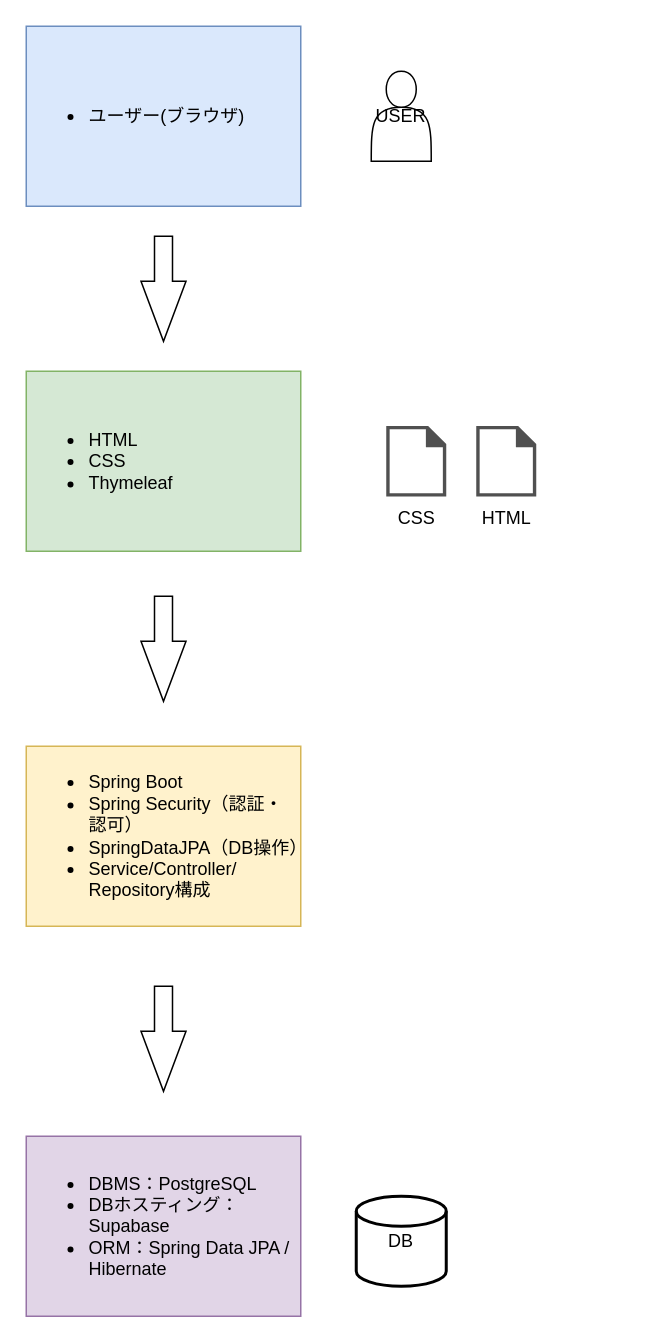
Above: InfrastructureArchitecture.drawio in Strawberry0121/EC-SITE (draw.io), before the change. Source tidied: cells renumbered, new cells numbered last; positions are measured from the earlier drawing's top-left corner, leaving out a move shared by most shapes. Both pictures are drawn from the tidied source at 150%, with x=0, y=0 at pixel (26, 26). Pictures stored in the file or linked from it are replaced by grey dashed boxes.
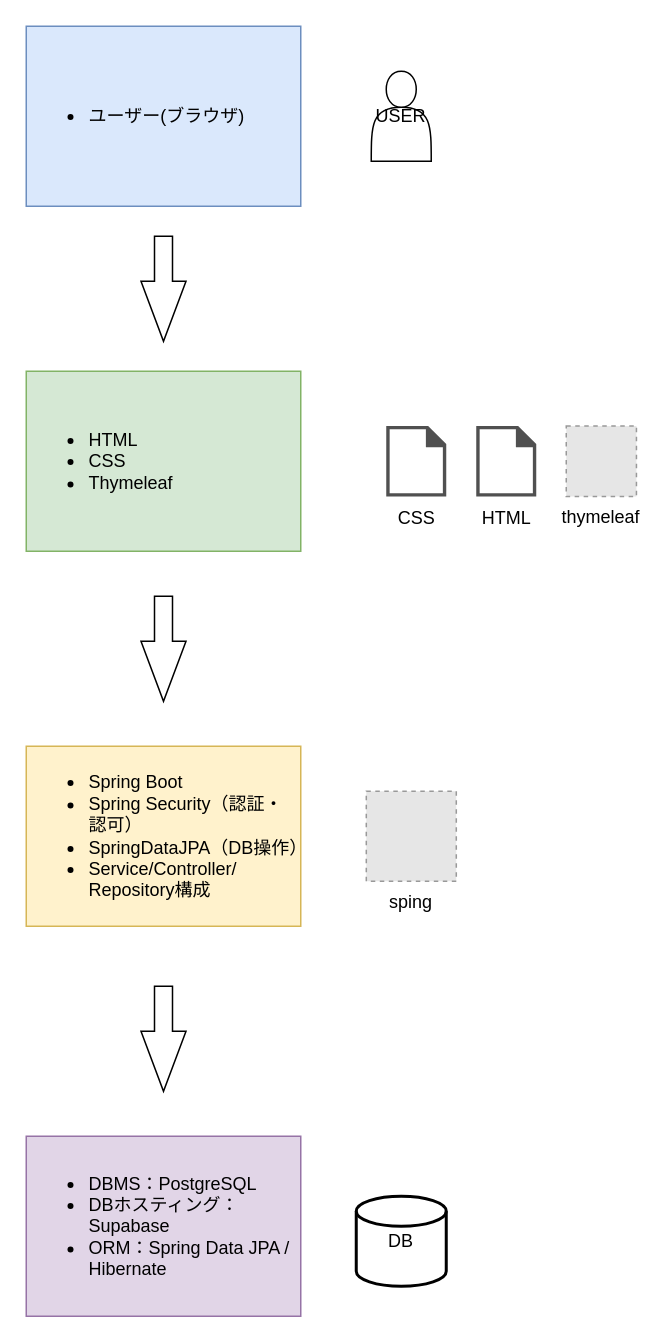
Above is the later version.

Diff of the diagram source:
```diff
@@
 <mxGraphModel>
   <root>
     <mxCell id="0" />
     <mxCell id="1" parent="0" />
     <mxCell id="2" value="&lt;ul&gt;&lt;li style=&quot;&quot;&gt;ユーザー(ブラウザ)&lt;/li&gt;&lt;/ul&gt;" style="rounded=0;whiteSpace=wrap;html=1;fillColor=#dae8fc;strokeColor=#6c8ebf;align=left;" parent="1" vertex="1">
       <mxGeometry width="183" height="120" as="geometry" />
     </mxCell>
     <mxCell id="3" style="html=1;shadow=0;dashed=0;align=center;verticalAlign=middle;shape=mxgraph.arrows2.arrow;dy=0.6;dx=40;direction=south;notch=0;" parent="1" vertex="1">
       <mxGeometry x="76.5" y="140" width="30" height="70" as="geometry" />
     </mxCell>
     <mxCell id="4" value="&lt;ul&gt;&lt;li style=&quot;&quot;&gt;HTML&lt;/li&gt;&lt;li style=&quot;&quot;&gt;CSS&lt;/li&gt;&lt;li style=&quot;&quot;&gt;Thymeleaf&lt;/li&gt;&lt;/ul&gt;" style="rounded=0;whiteSpace=wrap;html=1;fillColor=#d5e8d4;strokeColor=#82b366;align=left;" parent="1" vertex="1">
       <mxGeometry y="230" width="183" height="120" as="geometry" />
     </mxCell>
     <mxCell id="5" style="html=1;shadow=0;dashed=0;align=center;verticalAlign=middle;shape=mxgraph.arrows2.arrow;dy=0.6;dx=40;direction=south;notch=0;" parent="1" vertex="1">
       <mxGeometry x="76.5" y="380" width="30" height="70" as="geometry" />
     </mxCell>
     <mxCell id="6" value="&lt;ul&gt;&lt;li style=&quot;&quot;&gt;Spring Boot&lt;/li&gt;&lt;li style=&quot;&quot;&gt;Spring Security（認証・認可）&lt;/li&gt;&lt;li style=&quot;&quot;&gt;SpringDataJPA（DB操作）&lt;/li&gt;&lt;li style=&quot;&quot;&gt;Service/Controller/ Repository構成&lt;/li&gt;&lt;/ul&gt;" style="rounded=0;whiteSpace=wrap;html=1;fillColor=#fff2cc;strokeColor=#d6b656;align=left;" parent="1" vertex="1">
       <mxGeometry y="480" width="183" height="120" as="geometry" />
     </mxCell>
     <mxCell id="7" style="html=1;shadow=0;dashed=0;align=center;verticalAlign=middle;shape=mxgraph.arrows2.arrow;dy=0.6;dx=40;direction=south;notch=0;" parent="1" vertex="1">
       <mxGeometry x="76.5" y="640" width="30" height="70" as="geometry" />
     </mxCell>
     <mxCell id="8" value="&lt;ul&gt;&lt;li style=&quot;&quot;&gt;DBMS：PostgreSQL&lt;/li&gt;&lt;li style=&quot;&quot;&gt;DBホスティング：Supabase&lt;/li&gt;&lt;li style=&quot;&quot;&gt;ORM：Spring Data JPA / Hibernate&lt;/li&gt;&lt;/ul&gt;" style="rounded=0;whiteSpace=wrap;html=1;fillColor=#e1d5e7;strokeColor=#9673a6;align=left;" parent="1" vertex="1">
       <mxGeometry y="740" width="183" height="120" as="geometry" />
     </mxCell>
     <mxCell id="9" value="DB" style="strokeWidth=2;html=1;shape=mxgraph.flowchart.database;whiteSpace=wrap;" parent="1" vertex="1">
       <mxGeometry x="220" y="780" width="60" height="60" as="geometry" />
     </mxCell>
     <mxCell id="10" value="CSS" style="sketch=0;shadow=0;dashed=0;html=1;strokeColor=none;fillColor=#505050;labelPosition=center;verticalLabelPosition=bottom;verticalAlign=top;align=center;shape=mxgraph.office.concepts.document_blank;" parent="1" vertex="1">
       <mxGeometry x="240" y="266.5" width="40" height="47" as="geometry" />
     </mxCell>
     <mxCell id="11" value="HTML" style="sketch=0;shadow=0;dashed=0;html=1;strokeColor=none;fillColor=#505050;labelPosition=center;verticalLabelPosition=bottom;verticalAlign=top;align=center;shape=mxgraph.office.concepts.document_blank;" parent="1" vertex="1">
       <mxGeometry x="300" y="266.5" width="40" height="47" as="geometry" />
     </mxCell>
     <mxCell id="12" value="USER" style="shape=actor;whiteSpace=wrap;html=1;" parent="1" vertex="1">
       <mxGeometry x="230" y="30" width="40" height="60" as="geometry" />
     </mxCell>
+    <mxCell id="13" value="thymeleaf" style="fillColor=#E6E6E6;strokeColor=#999999;dashed=1;verticalLabelPosition=bottom;labelBackgroundColor=default;verticalAlign=top;" parent="1" vertex="1">
+      <mxGeometry x="360" y="266.5" width="46.8" height="47" as="geometry" />
+    </mxCell>
+    <mxCell id="14" value="sping" style="fillColor=#E6E6E6;strokeColor=#999999;dashed=1;verticalLabelPosition=bottom;labelBackgroundColor=default;verticalAlign=top;" parent="1" vertex="1">
+      <mxGeometry x="226.7" y="510" width="60" height="60" as="geometry" />
+    </mxCell>
   </root>
 </mxGraphModel>
```
